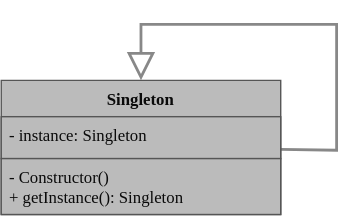
Earlier version of the draw.io export resources/Singleton.drawio.svg (SinixND/design_patterns). Source tidied: cells renumbered, new cells last; positions are measured from the earlier drawing's top-left corner, leaving out a move shared by most shapes. The source it was exported from:
```xml
<mxGraphModel>
  <root>
    <mxCell id="0" />
    <mxCell id="1" parent="0" />
    <mxCell id="2" style="edgeStyle=none;rounded=0;html=1;strokeColor=#888888;strokeWidth=2;fontColor=#0A0A0A;endArrow=block;endFill=0;targetPerimeterSpacing=0;endSize=15;" parent="1" edge="1" source="3" target="3">
      <mxGeometry relative="1" as="geometry">
        <Array as="points">
          <mxPoint x="240" y="90" />
          <mxPoint x="240" />
          <mxPoint x="100" />
        </Array>
      </mxGeometry>
    </mxCell>
    <mxCell id="3" value="Singleton" style="swimlane;fontStyle=1;align=center;verticalAlign=top;horizontal=1;startSize=26;fontColor=#0A0A0A;fillColor=#BBBBBB;gradientColor=none;strokeColor=#555555;fontFamily=Lucida Console;" parent="1" vertex="1">
      <mxGeometry y="40" width="200" height="96" as="geometry" />
    </mxCell>
    <mxCell id="4" style="edgeStyle=none;exitX=1;exitY=0.5;exitDx=0;exitDy=0;fontColor=#0A0A0A;rounded=0;strokeWidth=3;strokeColor=#888888;fontFamily=Lucida Console;" parent="3" edge="1" source="5" target="3">
      <mxGeometry relative="1" as="geometry" />
    </mxCell>
    <mxCell id="5" value="- instance: Singleton" style="text;strokeColor=#555555;fillColor=#BBBBBB;align=left;verticalAlign=top;spacingLeft=4;spacingRight=4;overflow=hidden;points=[[0,0.5],[1,0.5]];portConstraint=eastwest;fontColor=#0A0A0A;fontFamily=Lucida Console;" parent="3" vertex="1">
      <mxGeometry y="26" width="200" height="30" as="geometry" />
    </mxCell>
    <mxCell id="6" value="- Constructor()&#10;+ getInstance(): Singleton" style="text;strokeColor=#555555;fillColor=#BBBBBB;align=left;verticalAlign=top;spacingLeft=4;spacingRight=4;overflow=hidden;fontColor=#0A0A0A;fontFamily=Lucida Console;" parent="3" vertex="1">
      <mxGeometry y="56" width="200" height="40" as="geometry" />
    </mxCell>
  </root>
</mxGraphModel>
```
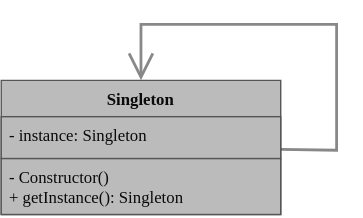
After the commit.

Change to the diagram source:
```diff
@@ -2,7 +2,7 @@
   <root>
     <mxCell id="0" />
     <mxCell id="1" parent="0" />
-    <mxCell id="2" style="edgeStyle=none;rounded=0;html=1;strokeColor=#888888;strokeWidth=2;fontColor=#0A0A0A;endArrow=block;endFill=0;targetPerimeterSpacing=0;endSize=15;" parent="1" edge="1" source="3" target="3">
+    <mxCell id="2" style="edgeStyle=none;rounded=0;html=1;strokeColor=#888888;strokeWidth=2;fontColor=#0A0A0A;endArrow=open;endFill=0;targetPerimeterSpacing=0;endSize=15;" parent="1" edge="1" source="3" target="3">
       <mxGeometry relative="1" as="geometry">
         <Array as="points">
           <mxPoint x="240" y="90" />
```
